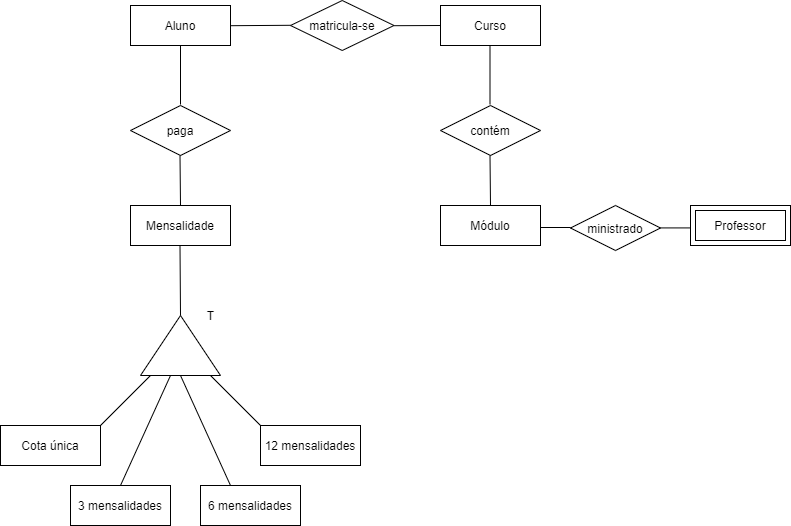
Earlier version of the draw.io export test/pratica01/pratica1.3.drawio.png (luissfneto/mdc053). Source tidied: cells renumbered, new cells last; positions are measured from the earlier drawing's top-left corner, leaving out a move shared by most shapes. Its diagram source:
```xml
<mxGraphModel>
  <root>
    <mxCell id="0" />
    <mxCell id="1" parent="0" />
    <mxCell id="2" value="Aluno" style="whiteSpace=wrap;html=1;align=center;hachureGap=4;" parent="1" vertex="1">
      <mxGeometry x="130" y="5" width="100" height="40" as="geometry" />
    </mxCell>
    <mxCell id="3" value="Curso" style="whiteSpace=wrap;html=1;align=center;hachureGap=4;" parent="1" vertex="1">
      <mxGeometry x="440" y="5" width="100" height="40" as="geometry" />
    </mxCell>
    <mxCell id="4" value="Mensalidade" style="whiteSpace=wrap;html=1;align=center;hachureGap=4;" parent="1" vertex="1">
      <mxGeometry x="130" y="205" width="100" height="40" as="geometry" />
    </mxCell>
    <mxCell id="5" value="Módulo" style="whiteSpace=wrap;html=1;align=center;hachureGap=4;" parent="1" vertex="1">
      <mxGeometry x="440" y="205" width="100" height="40" as="geometry" />
    </mxCell>
    <mxCell id="6" value="Professor" style="shape=ext;margin=3;double=1;whiteSpace=wrap;html=1;align=center;hachureGap=4;" parent="1" vertex="1">
      <mxGeometry x="690" y="205" width="100" height="40" as="geometry" />
    </mxCell>
    <mxCell id="7" value="matricula-se" style="shape=rhombus;perimeter=rhombusPerimeter;whiteSpace=wrap;html=1;align=center;hachureGap=4;" parent="1" vertex="1">
      <mxGeometry x="290" width="103.5" height="50" as="geometry" />
    </mxCell>
    <mxCell id="8" value="paga" style="shape=rhombus;perimeter=rhombusPerimeter;whiteSpace=wrap;html=1;align=center;hachureGap=4;" parent="1" vertex="1">
      <mxGeometry x="130" y="105" width="100" height="50" as="geometry" />
    </mxCell>
    <mxCell id="9" value="contém" style="shape=rhombus;perimeter=rhombusPerimeter;whiteSpace=wrap;html=1;align=center;hachureGap=4;" parent="1" vertex="1">
      <mxGeometry x="440" y="105" width="100" height="50" as="geometry" />
    </mxCell>
    <mxCell id="10" value="ministrado" style="shape=rhombus;perimeter=rhombusPerimeter;whiteSpace=wrap;html=1;align=center;hachureGap=4;" parent="1" vertex="1">
      <mxGeometry x="570" y="205" width="90" height="45" as="geometry" />
    </mxCell>
    <mxCell id="11" style="endArrow=none;html=1;rounded=0;startSize=14;endSize=14;sourcePerimeterSpacing=8;targetPerimeterSpacing=8;entryX=0.5;entryY=1;entryDx=0;entryDy=0;" parent="1" edge="1" target="2">
      <mxGeometry relative="1" as="geometry">
        <mxPoint x="180" y="104" as="sourcePoint" />
      </mxGeometry>
    </mxCell>
    <mxCell id="12" style="endArrow=none;html=1;rounded=0;startSize=14;endSize=14;sourcePerimeterSpacing=8;targetPerimeterSpacing=8;entryX=0.5;entryY=1;entryDx=0;entryDy=0;" parent="1" edge="1">
      <mxGeometry relative="1" as="geometry">
        <mxPoint x="180" y="205" as="sourcePoint" />
        <mxPoint x="179.5" y="155" as="targetPoint" />
      </mxGeometry>
    </mxCell>
    <mxCell id="13" style="triangle;whiteSpace=wrap;html=1;hachureGap=4;direction=north;" parent="1" vertex="1">
      <mxGeometry x="140" y="315" width="80" height="60" as="geometry" />
    </mxCell>
    <mxCell id="14" style="endArrow=none;html=1;rounded=0;startSize=14;endSize=14;sourcePerimeterSpacing=8;targetPerimeterSpacing=8;entryX=0.5;entryY=1;entryDx=0;entryDy=0;exitX=1;exitY=0.5;exitDx=0;exitDy=0;" parent="1" edge="1" source="13">
      <mxGeometry relative="1" as="geometry">
        <mxPoint x="179.5" y="245" as="targetPoint" />
      </mxGeometry>
    </mxCell>
    <mxCell id="15" style="endArrow=none;html=1;startSize=14;endSize=14;sourcePerimeterSpacing=8;targetPerimeterSpacing=8;" parent="1" edge="1">
      <mxGeometry relative="1" as="geometry">
        <mxPoint x="100" y="425" as="sourcePoint" />
        <mxPoint x="150" y="375" as="targetPoint" />
      </mxGeometry>
    </mxCell>
    <mxCell id="16" style="endArrow=none;html=1;startSize=14;endSize=14;sourcePerimeterSpacing=8;targetPerimeterSpacing=8;" parent="1" edge="1">
      <mxGeometry relative="1" as="geometry">
        <mxPoint x="210" y="375" as="sourcePoint" />
        <mxPoint x="260" y="425" as="targetPoint" />
      </mxGeometry>
    </mxCell>
    <mxCell id="17" style="endArrow=none;html=1;startSize=14;endSize=14;sourcePerimeterSpacing=8;targetPerimeterSpacing=8;" parent="1" edge="1">
      <mxGeometry relative="1" as="geometry">
        <mxPoint x="120" y="485" as="sourcePoint" />
        <mxPoint x="170" y="375" as="targetPoint" />
      </mxGeometry>
    </mxCell>
    <mxCell id="18" style="endArrow=none;html=1;startSize=14;endSize=14;sourcePerimeterSpacing=8;targetPerimeterSpacing=8;" parent="1" edge="1">
      <mxGeometry relative="1" as="geometry">
        <mxPoint x="230" y="485" as="sourcePoint" />
        <mxPoint x="180" y="375" as="targetPoint" />
      </mxGeometry>
    </mxCell>
    <mxCell id="19" value="Cota única" style="whiteSpace=wrap;html=1;align=center;hachureGap=4;" parent="1" vertex="1">
      <mxGeometry y="425" width="100" height="40" as="geometry" />
    </mxCell>
    <mxCell id="20" value="T" style="text;html=1;align=center;verticalAlign=middle;strokeColor=none;fillColor=none;" parent="1" vertex="1">
      <mxGeometry x="200" y="305" width="20" height="20" as="geometry" />
    </mxCell>
    <mxCell id="21" value="3 mensalidades" style="whiteSpace=wrap;html=1;align=center;hachureGap=4;" parent="1" vertex="1">
      <mxGeometry x="70" y="485" width="100" height="40" as="geometry" />
    </mxCell>
    <mxCell id="22" value="6 mensalidades" style="whiteSpace=wrap;html=1;align=center;hachureGap=4;" parent="1" vertex="1">
      <mxGeometry x="200" y="485" width="100" height="40" as="geometry" />
    </mxCell>
    <mxCell id="23" value="12 mensalidades" style="whiteSpace=wrap;html=1;align=center;hachureGap=4;" parent="1" vertex="1">
      <mxGeometry x="260" y="425" width="100" height="40" as="geometry" />
    </mxCell>
    <mxCell id="24" style="endArrow=none;html=1;rounded=0;startSize=14;endSize=14;sourcePerimeterSpacing=8;targetPerimeterSpacing=8;entryX=0.5;entryY=1;entryDx=0;entryDy=0;" parent="1" edge="1">
      <mxGeometry relative="1" as="geometry">
        <mxPoint x="489.5" y="104" as="sourcePoint" />
        <mxPoint x="489.5" y="45" as="targetPoint" />
      </mxGeometry>
    </mxCell>
    <mxCell id="25" style="endArrow=none;html=1;rounded=0;startSize=14;endSize=14;sourcePerimeterSpacing=8;targetPerimeterSpacing=8;entryX=0.5;entryY=1;entryDx=0;entryDy=0;" parent="1" edge="1">
      <mxGeometry relative="1" as="geometry">
        <mxPoint x="490" y="205" as="sourcePoint" />
        <mxPoint x="489.5" y="155" as="targetPoint" />
      </mxGeometry>
    </mxCell>
    <mxCell id="26" style="endArrow=none;html=1;rounded=0;startSize=14;endSize=14;sourcePerimeterSpacing=8;targetPerimeterSpacing=8;" parent="1" edge="1">
      <mxGeometry relative="1" as="geometry">
        <mxPoint x="540" y="227" as="sourcePoint" />
        <mxPoint x="570" y="227" as="targetPoint" />
      </mxGeometry>
    </mxCell>
    <mxCell id="27" style="endArrow=none;html=1;rounded=0;startSize=14;endSize=14;sourcePerimeterSpacing=8;targetPerimeterSpacing=8;" parent="1" edge="1">
      <mxGeometry relative="1" as="geometry">
        <mxPoint x="660" y="227.4" as="sourcePoint" />
        <mxPoint x="690" y="227.4" as="targetPoint" />
      </mxGeometry>
    </mxCell>
    <mxCell id="28" style="endArrow=none;html=1;rounded=0;startSize=14;endSize=14;sourcePerimeterSpacing=8;targetPerimeterSpacing=8;" parent="1" edge="1">
      <mxGeometry relative="1" as="geometry">
        <mxPoint x="230" y="25.2" as="sourcePoint" />
        <mxPoint x="290" y="24.8" as="targetPoint" />
      </mxGeometry>
    </mxCell>
    <mxCell id="29" style="endArrow=none;html=1;rounded=0;startSize=14;endSize=14;sourcePerimeterSpacing=8;targetPerimeterSpacing=8;" parent="1" edge="1">
      <mxGeometry relative="1" as="geometry">
        <mxPoint x="393.5" y="25.2" as="sourcePoint" />
        <mxPoint x="440" y="25" as="targetPoint" />
      </mxGeometry>
    </mxCell>
  </root>
</mxGraphModel>
```
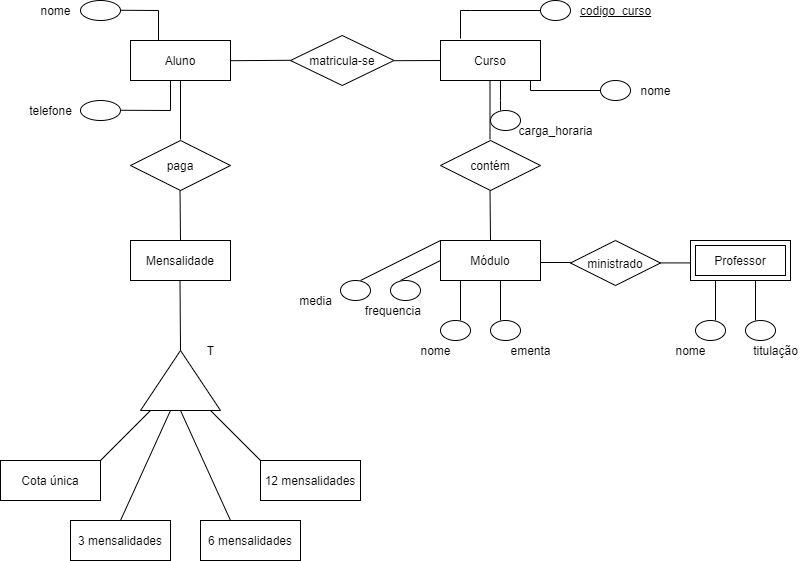
Later version of the same file.

The edit, as a diff of the source:
```diff
@@ -123,5 +123,149 @@
         <mxPoint x="440" y="25" as="targetPoint" />
       </mxGeometry>
     </mxCell>
+    <mxCell id="30" style="ellipse;whiteSpace=wrap;html=1;align=center;hachureGap=4;" parent="1" vertex="1">
+      <mxGeometry x="80" y="65" width="40" height="20" as="geometry" />
+    </mxCell>
+    <mxCell id="31" style="ellipse;whiteSpace=wrap;html=1;align=center;hachureGap=4;" parent="1" vertex="1">
+      <mxGeometry x="80" y="-35" width="40" height="20" as="geometry" />
+    </mxCell>
+    <mxCell id="32" style="endArrow=none;html=1;rounded=0;startSize=14;endSize=14;sourcePerimeterSpacing=8;targetPerimeterSpacing=8;" parent="1" edge="1">
+      <mxGeometry relative="1" as="geometry">
+        <mxPoint x="120" y="-25.2" as="sourcePoint" />
+        <mxPoint x="158" y="5" as="targetPoint" />
+        <Array as="points">
+          <mxPoint x="158" y="-25" />
+        </Array>
+      </mxGeometry>
+    </mxCell>
+    <mxCell id="33" style="endArrow=none;html=1;rounded=0;startSize=14;endSize=14;sourcePerimeterSpacing=8;targetPerimeterSpacing=8;" parent="1" edge="1">
+      <mxGeometry relative="1" as="geometry">
+        <mxPoint x="120" y="74.8" as="sourcePoint" />
+        <mxPoint x="170" y="45" as="targetPoint" />
+        <Array as="points">
+          <mxPoint x="170" y="75" />
+        </Array>
+      </mxGeometry>
+    </mxCell>
+    <mxCell id="34" value="nome" style="text;html=1;align=center;verticalAlign=middle;strokeColor=none;fillColor=none;" parent="1" vertex="1">
+      <mxGeometry x="30" y="-35" width="50" height="20" as="geometry" />
+    </mxCell>
+    <mxCell id="35" value="telefone" style="text;html=1;align=center;verticalAlign=middle;strokeColor=none;fillColor=none;" parent="1" vertex="1">
+      <mxGeometry x="20" y="65" width="60" height="20" as="geometry" />
+    </mxCell>
+    <mxCell id="36" style="endArrow=none;html=1;rounded=0;startSize=14;endSize=14;sourcePerimeterSpacing=8;targetPerimeterSpacing=8;exitX=0.2;exitY=-0.05;exitDx=0;exitDy=0;exitPerimeter=0;" parent="1" edge="1" source="3">
+      <mxGeometry relative="1" as="geometry">
+        <mxPoint x="540" y="-25" as="targetPoint" />
+        <Array as="points">
+          <mxPoint x="460" y="-25" />
+          <mxPoint x="470" y="-25" />
+        </Array>
+      </mxGeometry>
+    </mxCell>
+    <mxCell id="37" style="endArrow=none;html=1;rounded=0;startSize=14;endSize=14;sourcePerimeterSpacing=8;targetPerimeterSpacing=8;" parent="1" edge="1">
+      <mxGeometry relative="1" as="geometry">
+        <mxPoint x="530" y="45" as="sourcePoint" />
+        <mxPoint x="600" y="55" as="targetPoint" />
+        <Array as="points">
+          <mxPoint x="530" y="55" />
+        </Array>
+      </mxGeometry>
+    </mxCell>
+    <mxCell id="38" style="endArrow=none;html=1;rounded=0;startSize=14;endSize=14;sourcePerimeterSpacing=8;targetPerimeterSpacing=8;" parent="1" edge="1">
+      <mxGeometry relative="1" as="geometry">
+        <mxPoint x="500" y="45" as="sourcePoint" />
+        <mxPoint x="500" y="75" as="targetPoint" />
+        <Array as="points">
+          <mxPoint x="500" y="65" />
+        </Array>
+      </mxGeometry>
+    </mxCell>
+    <mxCell id="39" style="ellipse;whiteSpace=wrap;html=1;align=center;hachureGap=4;" parent="1" vertex="1">
+      <mxGeometry x="540" y="-35" width="30" height="20" as="geometry" />
+    </mxCell>
+    <mxCell id="40" value="&lt;u&gt;codigo_curso&lt;/u&gt;" style="text;html=1;align=center;verticalAlign=middle;strokeColor=none;fillColor=none;" parent="1" vertex="1">
+      <mxGeometry x="570" y="-35" width="90" height="20" as="geometry" />
+    </mxCell>
+    <mxCell id="41" style="ellipse;whiteSpace=wrap;html=1;align=center;hachureGap=4;" parent="1" vertex="1">
+      <mxGeometry x="490" y="75" width="30" height="20" as="geometry" />
+    </mxCell>
+    <mxCell id="42" value="carga_horaria" style="text;html=1;align=center;verticalAlign=middle;strokeColor=none;fillColor=none;" parent="1" vertex="1">
+      <mxGeometry x="510" y="85" width="90" height="20" as="geometry" />
+    </mxCell>
+    <mxCell id="43" style="ellipse;whiteSpace=wrap;html=1;align=center;hachureGap=4;" parent="1" vertex="1">
+      <mxGeometry x="600" y="45" width="30" height="20" as="geometry" />
+    </mxCell>
+    <mxCell id="44" value="nome" style="text;html=1;align=center;verticalAlign=middle;strokeColor=none;fillColor=none;" parent="1" vertex="1">
+      <mxGeometry x="630" y="45" width="50" height="20" as="geometry" />
+    </mxCell>
+    <mxCell id="45" style="endArrow=none;html=1;rounded=0;startSize=14;endSize=14;sourcePerimeterSpacing=8;targetPerimeterSpacing=8;entryX=0.6;entryY=1;entryDx=0;entryDy=0;entryPerimeter=0;" parent="1" edge="1" target="5">
+      <mxGeometry relative="1" as="geometry">
+        <mxPoint x="500" y="285" as="sourcePoint" />
+      </mxGeometry>
+    </mxCell>
+    <mxCell id="46" style="endArrow=none;html=1;rounded=0;startSize=14;endSize=14;sourcePerimeterSpacing=8;targetPerimeterSpacing=8;" parent="1" edge="1">
+      <mxGeometry relative="1" as="geometry">
+        <mxPoint x="460" y="285" as="sourcePoint" />
+        <mxPoint x="460" y="245" as="targetPoint" />
+      </mxGeometry>
+    </mxCell>
+    <mxCell id="47" style="ellipse;whiteSpace=wrap;html=1;align=center;hachureGap=4;" parent="1" vertex="1">
+      <mxGeometry x="440" y="285" width="30" height="20" as="geometry" />
+    </mxCell>
+    <mxCell id="48" style="ellipse;whiteSpace=wrap;html=1;align=center;hachureGap=4;" parent="1" vertex="1">
+      <mxGeometry x="490" y="285" width="30" height="20" as="geometry" />
+    </mxCell>
+    <mxCell id="49" value="nome" style="text;html=1;align=center;verticalAlign=middle;strokeColor=none;fillColor=none;" parent="1" vertex="1">
+      <mxGeometry x="410" y="305" width="50" height="20" as="geometry" />
+    </mxCell>
+    <mxCell id="50" value="ementa" style="text;html=1;align=center;verticalAlign=middle;strokeColor=none;fillColor=none;" parent="1" vertex="1">
+      <mxGeometry x="500" y="305" width="60" height="20" as="geometry" />
+    </mxCell>
+    <mxCell id="51" style="endArrow=none;html=1;rounded=0;startSize=14;endSize=14;sourcePerimeterSpacing=8;targetPerimeterSpacing=8;entryX=0.6;entryY=1;entryDx=0;entryDy=0;entryPerimeter=0;" parent="1" edge="1">
+      <mxGeometry relative="1" as="geometry">
+        <mxPoint x="755" y="285" as="sourcePoint" />
+        <mxPoint x="755" y="245" as="targetPoint" />
+      </mxGeometry>
+    </mxCell>
+    <mxCell id="52" style="endArrow=none;html=1;rounded=0;startSize=14;endSize=14;sourcePerimeterSpacing=8;targetPerimeterSpacing=8;" parent="1" edge="1">
+      <mxGeometry relative="1" as="geometry">
+        <mxPoint x="715" y="285" as="sourcePoint" />
+        <mxPoint x="715" y="245" as="targetPoint" />
+      </mxGeometry>
+    </mxCell>
+    <mxCell id="53" style="ellipse;whiteSpace=wrap;html=1;align=center;hachureGap=4;" parent="1" vertex="1">
+      <mxGeometry x="695" y="285" width="30" height="20" as="geometry" />
+    </mxCell>
+    <mxCell id="54" style="ellipse;whiteSpace=wrap;html=1;align=center;hachureGap=4;" parent="1" vertex="1">
+      <mxGeometry x="745" y="285" width="30" height="20" as="geometry" />
+    </mxCell>
+    <mxCell id="55" value="nome" style="text;html=1;align=center;verticalAlign=middle;strokeColor=none;fillColor=none;" parent="1" vertex="1">
+      <mxGeometry x="665" y="305" width="50" height="20" as="geometry" />
+    </mxCell>
+    <mxCell id="56" value="titulação" style="text;html=1;align=center;verticalAlign=middle;strokeColor=none;fillColor=none;" parent="1" vertex="1">
+      <mxGeometry x="745" y="305" width="60" height="20" as="geometry" />
+    </mxCell>
+    <mxCell id="57" style="endArrow=none;html=1;rounded=0;startSize=14;endSize=14;sourcePerimeterSpacing=8;targetPerimeterSpacing=8;entryX=0;entryY=0.5;entryDx=0;entryDy=0;" parent="1" edge="1" target="5">
+      <mxGeometry relative="1" as="geometry">
+        <mxPoint x="400" y="245" as="sourcePoint" />
+      </mxGeometry>
+    </mxCell>
+    <mxCell id="58" style="endArrow=none;html=1;rounded=0;startSize=14;endSize=14;sourcePerimeterSpacing=8;targetPerimeterSpacing=8;entryX=0;entryY=0;entryDx=0;entryDy=0;" parent="1" edge="1" target="5">
+      <mxGeometry relative="1" as="geometry">
+        <mxPoint x="360" y="245" as="sourcePoint" />
+      </mxGeometry>
+    </mxCell>
+    <mxCell id="59" style="ellipse;whiteSpace=wrap;html=1;align=center;hachureGap=4;" parent="1" vertex="1">
+      <mxGeometry x="340" y="245" width="30" height="20" as="geometry" />
+    </mxCell>
+    <mxCell id="60" style="ellipse;whiteSpace=wrap;html=1;align=center;hachureGap=4;" parent="1" vertex="1">
+      <mxGeometry x="390" y="245" width="30" height="20" as="geometry" />
+    </mxCell>
+    <mxCell id="61" value="media" style="text;html=1;align=center;verticalAlign=middle;strokeColor=none;fillColor=none;" parent="1" vertex="1">
+      <mxGeometry x="290" y="255" width="50" height="20" as="geometry" />
+    </mxCell>
+    <mxCell id="62" value="frequencia&amp;nbsp;" style="text;html=1;align=center;verticalAlign=middle;strokeColor=none;fillColor=none;" parent="1" vertex="1">
+      <mxGeometry x="359" y="265" width="70" height="20" as="geometry" />
+    </mxCell>
   </root>
 </mxGraphModel>
```
